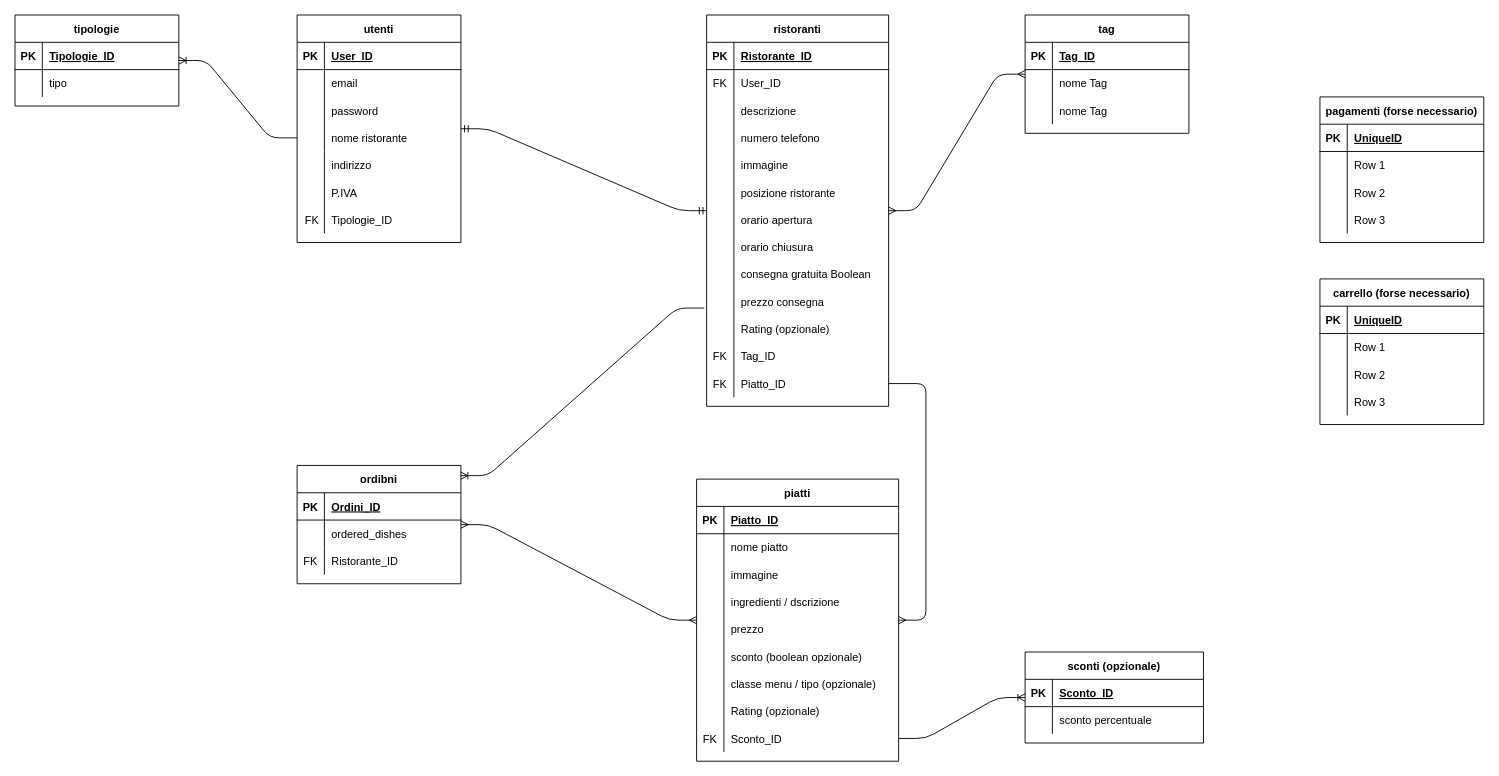
This is Deliveboo.drawio from antoniorocca/deliveboo, a draw.io file, before an edit. Source tidied: cells renumbered, new cells numbered last; positions are measured from the earlier drawing's top-left corner, leaving out a move shared by most shapes. Both pictures are drawn from the tidied source at 91%, with x=0, y=0 at pixel (15, 15).
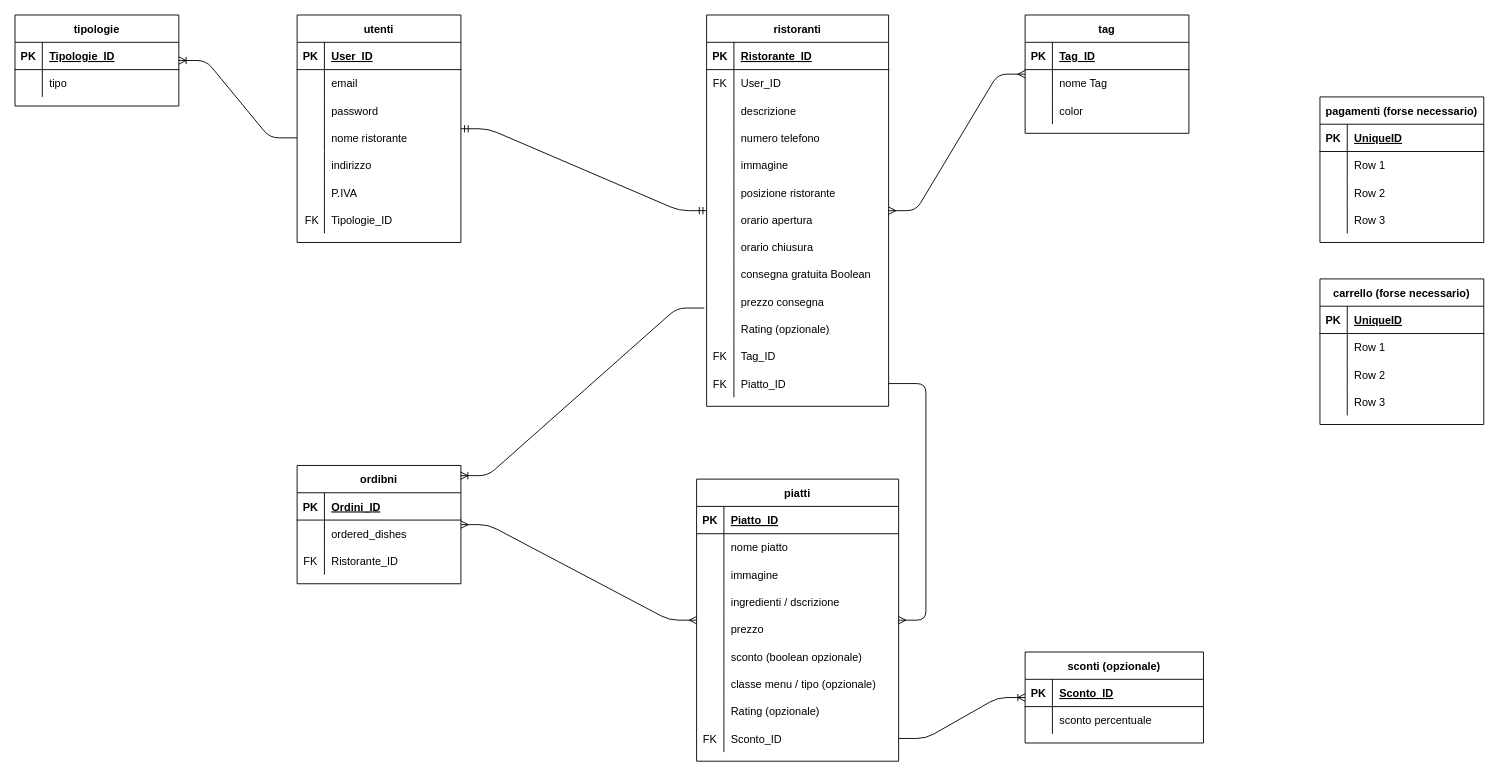
The same page after the edit.

The change refers to these unchanged cells:
```xml
<mxCell id="119" style="shape=partialRectangle;fillColor=none;top=0;left=0;bottom=0;right=0;" parent="112" vertex="1">
  <mxGeometry y="90" width="180" height="30" as="geometry" />
</mxCell>
```

The edit, as a diff of the source:
```diff
@@
-    <mxCell id="121" value="nome Tag" style="shape=partialRectangle;fillColor=none;top=0;left=0;bottom=0;right=0;align=left;spacingLeft=6;overflow=hidden;" parent="119" vertex="1">
-      <mxGeometry x="30" width="150" height="30" as="geometry" />
-    </mxCell>
+    <mxCell id="159" value="color" style="shape=partialRectangle;fillColor=none;top=0;left=0;bottom=0;right=0;align=left;spacingLeft=6;overflow=hidden;" parent="119" vertex="1">
+      <mxGeometry x="30" width="150" height="30" as="geometry" />
+    </mxCell>
```
